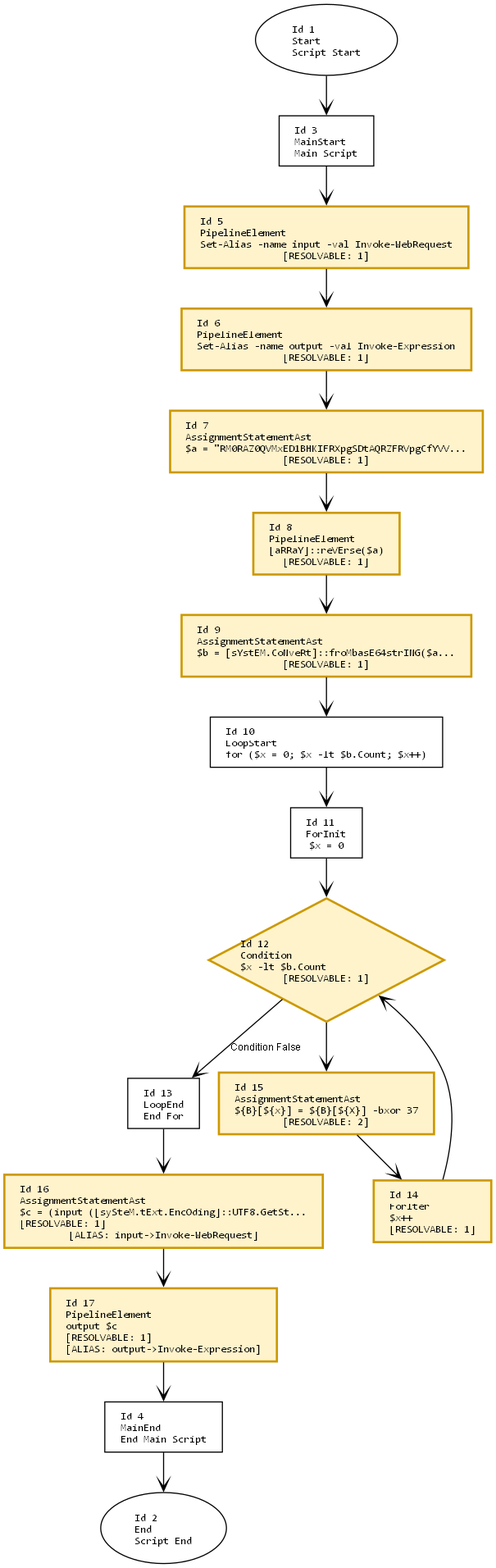
Earlier version of the Graphviz export in/in.png (mine41/deob). Its source is kept beside it as in/in.dot.
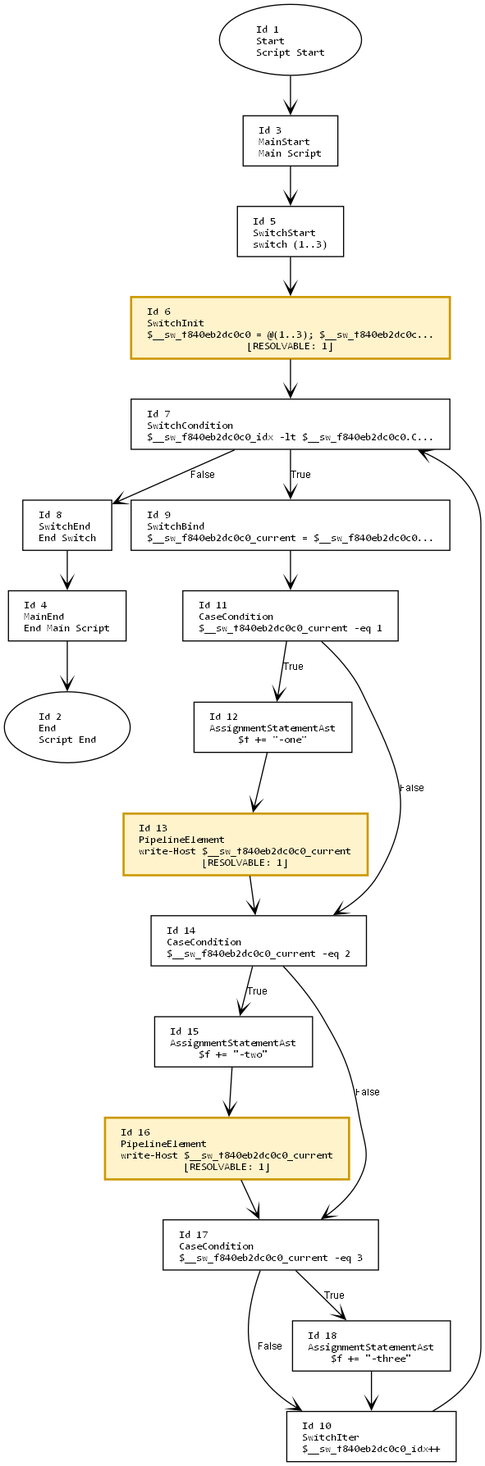
After the change.

Diff of the diagram source:
```diff
@@ -14,35 +14,40 @@
     2 [label="Id 2\lEnd\lScript End", shape=oval];
     3 [label="Id 3\lMainStart\lMain Script", shape=box];
     4 [label="Id 4\lMainEnd\lEnd Main Script", shape=box];
-    5 [label="Id 5\lPipelineElement\lSet-Alias -name input -val Invoke-WebRequest\l[RESOLVABLE: 1]", shape=box, style=filled, fillcolor="#fff3cc", color="#cc9900", penwidth=2];
-    6 [label="Id 6\lPipelineElement\lSet-Alias -name output -val Invoke-Expression\l[RESOLVABLE: 1]", shape=box, style=filled, fillcolor="#fff3cc", color="#cc9900", penwidth=2];
-    7 [label="Id 7\lAssignmentStatementAst\l$a = \"RM0RAZ0QVMxED1BHKIFRXpgSDtAQRZFRVpgCfYVV...\l[RESOLVABLE: 1]", shape=box, style=filled, fillcolor="#fff3cc", color="#cc9900", penwidth=2];
-    8 [label="Id 8\lPipelineElement\l[aRRaY]::reVErse($a)\l[RESOLVABLE: 1]", shape=box, style=filled, fillcolor="#fff3cc", color="#cc9900", penwidth=2];
-    9 [label="Id 9\lAssignmentStatementAst\l$b = [sYstEM.CoNveRt]::froMbasE64strING($a...\l[RESOLVABLE: 1]", shape=box, style=filled, fillcolor="#fff3cc", color="#cc9900", penwidth=2];
-    10 [label="Id 10\lLoopStart\lfor ($x = 0; $x -lt $b.Count; $x++)", shape=box];
-    11 [label="Id 11\lForInit\l$x = 0", shape=box];
-    12 [label="Id 12\lCondition\l$x -lt $b.Count\l[RESOLVABLE: 1]", shape=diamond, style=filled, fillcolor="#fff3cc", color="#cc9900", penwidth=2];
-    13 [label="Id 13\lLoopEnd\lEnd For", shape=box];
-    14 [label="Id 14\lForIter\l$x++\l[RESOLVABLE: 1]", shape=box, style=filled, fillcolor="#fff3cc", color="#cc9900", penwidth=2];
-    15 [label="Id 15\lAssignmentStatementAst\l${B}[${x}] = ${B}[${X}] -bxor 37\l[RESOLVABLE: 2]", shape=box, style=filled, fillcolor="#fff3cc", color="#cc9900", penwidth=2];
-    16 [label="Id 16\lAssignmentStatementAst\l$c = (input ([sySteM.tExt.EncOding]::UTF8.GetSt...\l[RESOLVABLE: 1]\l[ALIAS: input->Invoke-WebRequest]", shape=box, style=filled, fillcolor="#fff3cc", color="#cc9900", penwidth=2];
-    17 [label="Id 17\lPipelineElement\loutput $c\l[RESOLVABLE: 1]\l[ALIAS: output->Invoke-Expression]", shape=box, style=filled, fillcolor="#fff3cc", color="#cc9900", penwidth=2];
+    5 [label="Id 5\lSwitchStart\lswitch (1..3)", shape=box];
+    6 [label="Id 6\lSwitchInit\l$__sw_f840eb2dc0c0 = @(1..3); $__sw_f840eb2dc0c...\l[RESOLVABLE: 1]", shape=box, style=filled, fillcolor="#fff3cc", color="#cc9900", penwidth=2];
+    7 [label="Id 7\lSwitchCondition\l$__sw_f840eb2dc0c0_idx -lt $__sw_f840eb2dc0c0.C...", shape=box];
+    8 [label="Id 8\lSwitchEnd\lEnd Switch", shape=box];
+    9 [label="Id 9\lSwitchBind\l$__sw_f840eb2dc0c0_current = $__sw_f840eb2dc0c0...", shape=box];
+    10 [label="Id 10\lSwitchIter\l$__sw_f840eb2dc0c0_idx++", shape=box];
+    11 [label="Id 11\lCaseCondition\l$__sw_f840eb2dc0c0_current -eq 1", shape=box];
+    12 [label="Id 12\lAssignmentStatementAst\l$f += \"-one\"", shape=box];
+    13 [label="Id 13\lPipelineElement\lwrite-Host $__sw_f840eb2dc0c0_current\l[RESOLVABLE: 1]", shape=box, style=filled, fillcolor="#fff3cc", color="#cc9900", penwidth=2];
+    14 [label="Id 14\lCaseCondition\l$__sw_f840eb2dc0c0_current -eq 2", shape=box];
+    15 [label="Id 15\lAssignmentStatementAst\l$f += \"-two\"", shape=box];
+    16 [label="Id 16\lPipelineElement\lwrite-Host $__sw_f840eb2dc0c0_current\l[RESOLVABLE: 1]", shape=box, style=filled, fillcolor="#fff3cc", color="#cc9900", penwidth=2];
+    17 [label="Id 17\lCaseCondition\l$__sw_f840eb2dc0c0_current -eq 3", shape=box];
+    18 [label="Id 18\lAssignmentStatementAst\l$f += \"-three\"", shape=box];
 
     1 -> 3;
     3 -> 5;
     5 -> 6;
     6 -> 7;
-    7 -> 8;
-    8 -> 9;
-    9 -> 10;
-    10 -> 11;
-    11 -> 12;
-    12 -> 15;
-    15 -> 14;
-    14 -> 12;
-    12 -> 13 [label="Condition False"];
-    13 -> 16;
+    7 -> 8 [label="False"];
+    7 -> 9 [label="True"];
+    10 -> 7;
+    9 -> 11;
+    11 -> 12 [label="True"];
+    12 -> 13;
+    11 -> 14 [label="False"];
+    13 -> 14;
+    14 -> 15 [label="True"];
+    15 -> 16;
+    14 -> 17 [label="False"];
     16 -> 17;
-    17 -> 4;
+    17 -> 18 [label="True"];
+    17 -> 10 [label="False"];
+    18 -> 10;
+    8 -> 4;
     4 -> 2;
 }
```
